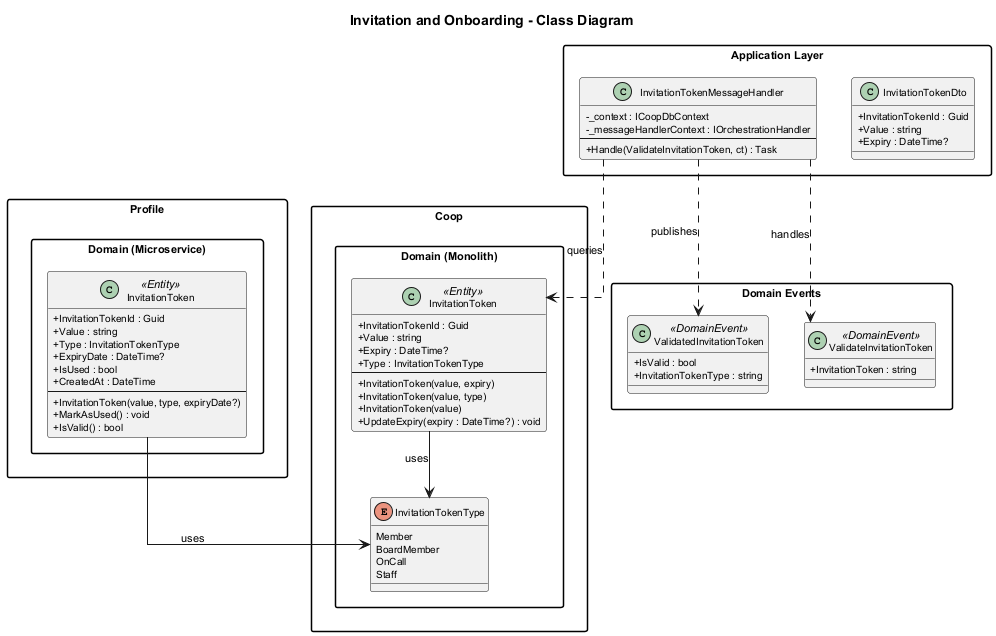
Earlier version of the PlantUML export docs/detailed-designs/09-invitation-and-onboarding/class-diagram.png (QuinntyneBrown/Coop).
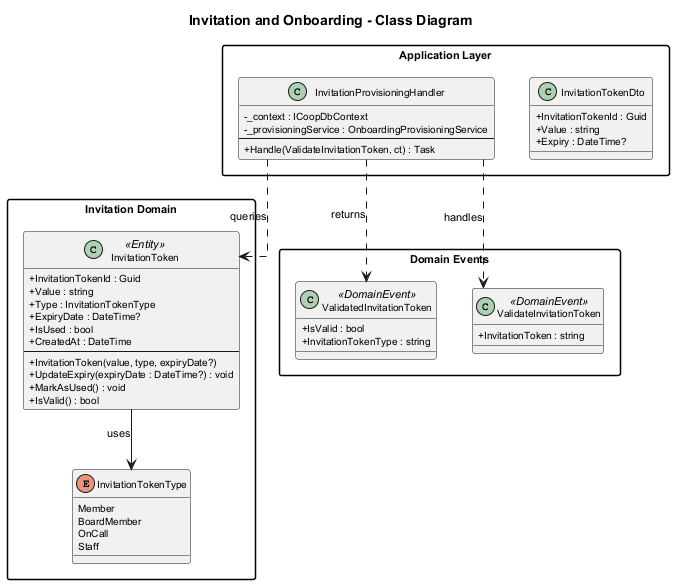
After the change.

Diff of the diagram source:
```diff
@@ -11,31 +11,9 @@
 
 title Invitation and Onboarding - Class Diagram
 
-package "Coop.Domain (Monolith)" {
+package "Invitation Domain" {
 
     class InvitationToken <<Entity>> {
-        + InvitationTokenId : Guid
-        + Value : string
-        + Expiry : DateTime?
-        + Type : InvitationTokenType
-        --
-        + InvitationToken(value, expiry)
-        + InvitationToken(value, type)
-        + InvitationToken(value)
-        + UpdateExpiry(expiry : DateTime?) : void
-    }
-
-    enum InvitationTokenType {
-        Member
-        BoardMember
-        OnCall
-        Staff
-    }
-}
-
-package "Profile.Domain (Microservice)" {
-
-    class "InvitationToken" as MSToken <<Entity>> {
         + InvitationTokenId : Guid
         + Value : string
         + Type : InvitationTokenType
@@ -44,8 +22,16 @@
         + CreatedAt : DateTime
         --
         + InvitationToken(value, type, expiryDate?)
+        + UpdateExpiry(expiryDate : DateTime?) : void
         + MarkAsUsed() : void
         + IsValid() : bool
+    }
+
+    enum InvitationTokenType {
+        Member
+        BoardMember
+        OnCall
+        Staff
     }
 }
 
@@ -69,18 +55,17 @@
         + Expiry : DateTime?
     }
 
-    class InvitationTokenMessageHandler {
+    class InvitationProvisioningHandler {
         - _context : ICoopDbContext
-        - _messageHandlerContext : IOrchestrationHandler
+        - _provisioningService : OnboardingProvisioningService
         --
         + Handle(ValidateInvitationToken, ct) : Task
     }
 }
 
 InvitationToken --> InvitationTokenType : uses
-MSToken --> InvitationTokenType : uses
-InvitationTokenMessageHandler ..> ValidateInvitationToken : handles
-InvitationTokenMessageHandler ..> ValidatedInvitationToken : publishes
-InvitationTokenMessageHandler ..> InvitationToken : queries
+InvitationProvisioningHandler ..> ValidateInvitationToken : handles
+InvitationProvisioningHandler ..> ValidatedInvitationToken : returns
+InvitationProvisioningHandler ..> InvitationToken : queries
 
 @enduml
```
